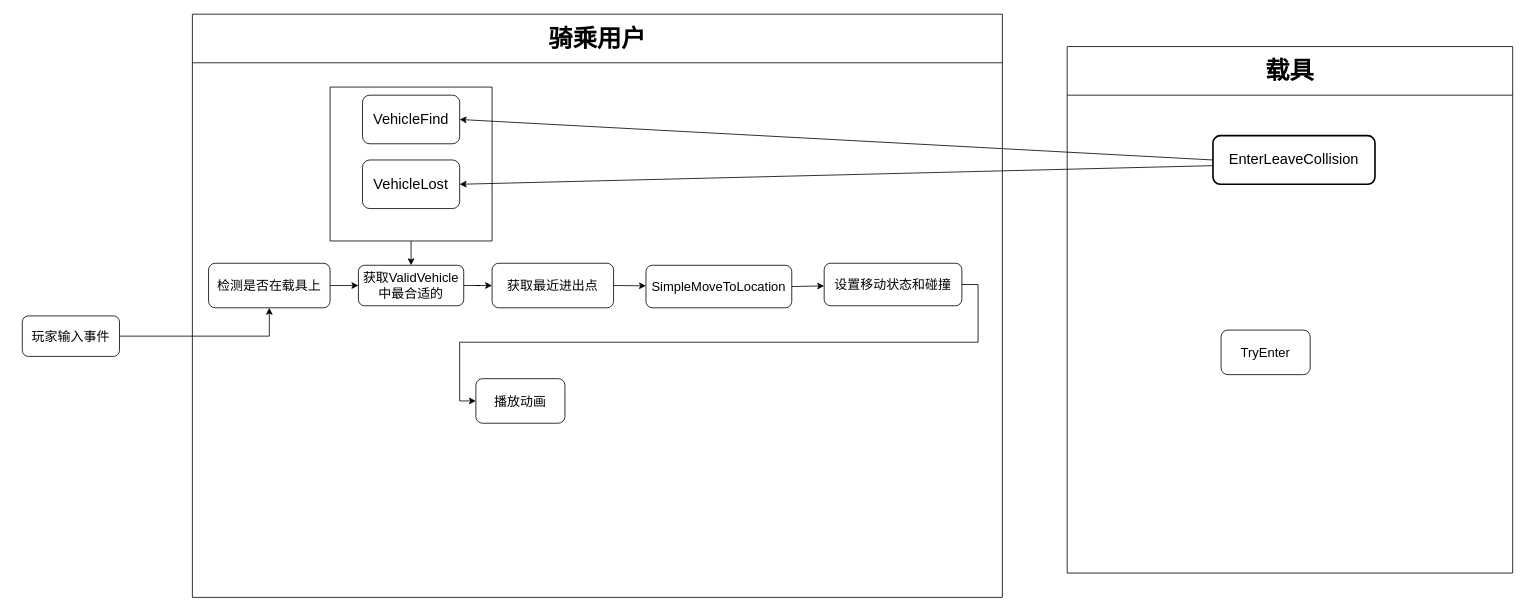
This is 载具.drawio from Allusteve/DrawioRepo, a draw.io file, before an edit. Source tidied: cells renumbered, new cells numbered last; positions are measured from the earlier drawing's top-left corner, leaving out a move shared by most shapes. Both pictures are drawn from the tidied source at 81%, with x=0, y=0 at pixel (22, 14).
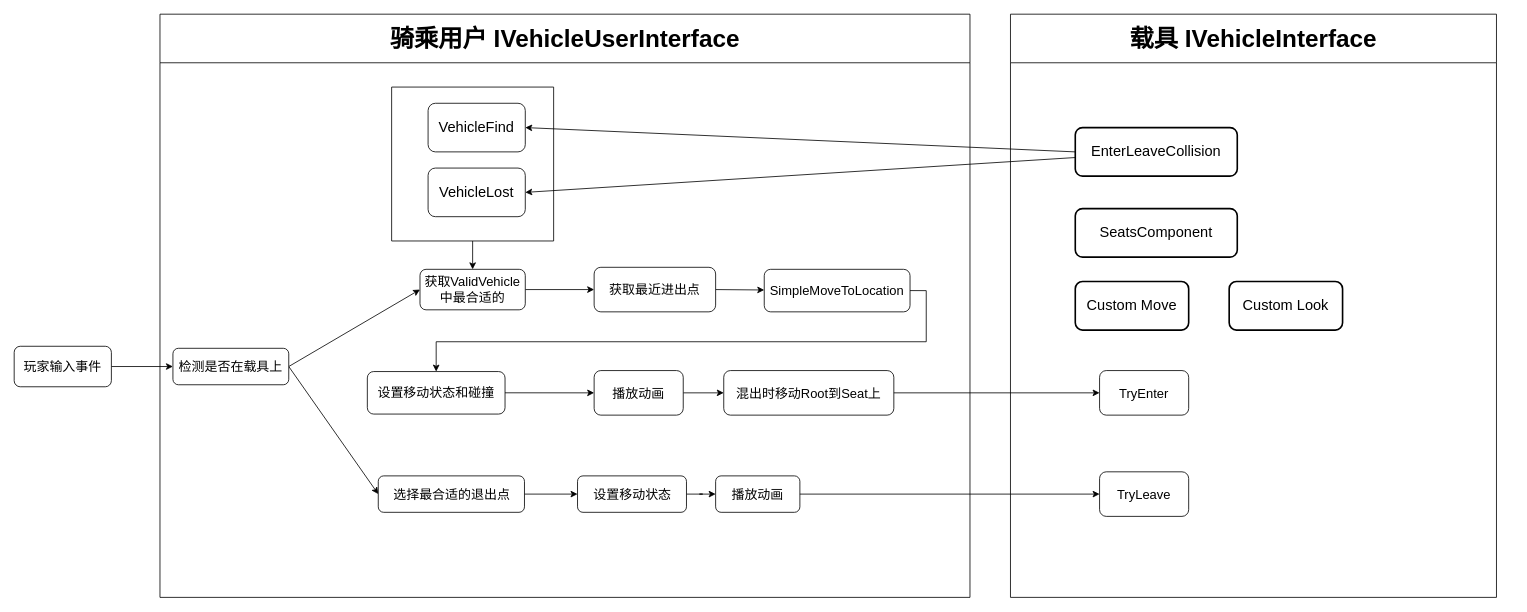
The same diagram, later.

The edit, as a diff of the source:
```diff
@@
     <mxCell id="3" value="&lt;font style=&quot;font-size: 16px;&quot;&gt;玩家输入事件&lt;/font&gt;" style="rounded=1;whiteSpace=wrap;html=1;" parent="1" vertex="1">
-      <mxGeometry y="372.5" width="120" height="50" as="geometry" />
+      <mxGeometry x="-10" y="410" width="120" height="50" as="geometry" />
     </mxCell>
-    <mxCell id="4" value="&lt;font style=&quot;font-size: 30px;&quot;&gt;载具&lt;/font&gt;" style="swimlane;whiteSpace=wrap;html=1;startSize=60;" parent="1" vertex="1">
-      <mxGeometry x="1290" y="40" width="550" height="650" as="geometry" />
+    <mxCell id="4" value="&lt;font style=&quot;font-size: 30px;&quot;&gt;载具&amp;nbsp;IVehicleInterface&lt;/font&gt;" style="swimlane;whiteSpace=wrap;html=1;startSize=60;" parent="1" vertex="1">
+      <mxGeometry x="1220" width="600" height="720" as="geometry" />
     </mxCell>
     <mxCell id="5" value="&lt;span style=&quot;font-size: 18px;&quot;&gt;EnterLeaveCollision&lt;/span&gt;" style="rounded=1;whiteSpace=wrap;html=1;strokeWidth=2;" parent="4" vertex="1">
-      <mxGeometry x="180" y="110" width="200" height="60" as="geometry" />
+      <mxGeometry x="80" y="140" width="200" height="60" as="geometry" />
     </mxCell>
     <mxCell id="6" value="&lt;span style=&quot;font-size: 16px;&quot;&gt;TryEnter&lt;/span&gt;" style="rounded=1;whiteSpace=wrap;html=1;" parent="4" vertex="1">
-      <mxGeometry x="190" y="350" width="110" height="55" as="geometry" />
+      <mxGeometry x="110" y="440" width="110" height="55" as="geometry" />
     </mxCell>
+    <mxCell id="25" value="&lt;span style=&quot;font-size: 16px;&quot;&gt;TryLeave&lt;/span&gt;" style="rounded=1;whiteSpace=wrap;html=1;" parent="4" vertex="1">
+      <mxGeometry x="110" y="565" width="110" height="55" as="geometry" />
+    </mxCell>
+    <mxCell id="26" value="&lt;span style=&quot;font-size: 18px;&quot;&gt;SeatsComponent&lt;/span&gt;" style="rounded=1;whiteSpace=wrap;html=1;strokeWidth=2;" parent="4" vertex="1">
+      <mxGeometry x="80" y="240" width="200" height="60" as="geometry" />
+    </mxCell>
+    <mxCell id="27" value="&lt;span style=&quot;font-size: 18px;&quot;&gt;Custom Move&lt;/span&gt;" style="rounded=1;whiteSpace=wrap;html=1;strokeWidth=2;" parent="4" vertex="1">
+      <mxGeometry x="80" y="330" width="140" height="60" as="geometry" />
+    </mxCell>
+    <mxCell id="28" value="&lt;span style=&quot;font-size: 18px;&quot;&gt;Custom Look&lt;/span&gt;" style="rounded=1;whiteSpace=wrap;html=1;strokeWidth=2;" parent="4" vertex="1">
+      <mxGeometry x="270" y="330" width="140" height="60" as="geometry" />
+    </mxCell>
-    <mxCell id="7" value="&lt;span style=&quot;font-size: 30px;&quot;&gt;骑乘用户&lt;/span&gt;" style="swimlane;whiteSpace=wrap;html=1;startSize=60;" parent="1" vertex="1">
-      <mxGeometry x="210" width="1000" height="720" as="geometry" />
+    <mxCell id="7" value="&lt;span style=&quot;font-size: 30px;&quot;&gt;骑乘用户&amp;nbsp;IVehicleUserInterface&lt;/span&gt;" style="swimlane;whiteSpace=wrap;html=1;startSize=60;" parent="1" vertex="1">
+      <mxGeometry x="170" width="1000" height="720" as="geometry" />
     </mxCell>
-    <mxCell id="8" value="&lt;span style=&quot;font-size: 18px;&quot;&gt;VehicleLost&lt;/span&gt;" style="rounded=1;whiteSpace=wrap;html=1;" parent="7" vertex="1">
-      <mxGeometry x="210" y="180" width="120" height="60" as="geometry" />
-    </mxCell>
-    <mxCell id="9" value="&lt;span style=&quot;font-size: 18px;&quot;&gt;VehicleFind&lt;/span&gt;" style="rounded=1;whiteSpace=wrap;html=1;" parent="7" vertex="1">
-      <mxGeometry x="210" y="100" width="120" height="60" as="geometry" />
-    </mxCell>
-    <mxCell id="10" style="edgeStyle=orthogonalEdgeStyle;rounded=0;jettySize=auto;html=1;exitX=1;exitY=0.5;exitDx=0;exitDy=0;entryX=0;entryY=0.5;entryDx=0;entryDy=0;" parent="7" edge="1" source="11" target="13">
+    <mxCell id="10" style="rounded=0;jettySize=auto;html=1;exitX=1;exitY=0.5;exitDx=0;exitDy=0;entryX=0;entryY=0.5;entryDx=0;entryDy=0;" parent="7" edge="1" source="11" target="13">
       <mxGeometry relative="1" as="geometry" />
     </mxCell>
+    <mxCell id="29" style="rounded=0;jettySize=auto;html=1;exitX=1;exitY=0.5;exitDx=0;exitDy=0;entryX=0;entryY=0.5;entryDx=0;entryDy=0;" parent="7" edge="1" source="11" target="33">
+      <mxGeometry relative="1" as="geometry" />
+    </mxCell>
     <mxCell id="11" value="&lt;font style=&quot;font-size: 16px;&quot;&gt;检测是否在载具上&lt;/font&gt;" style="rounded=1;whiteSpace=wrap;html=1;" parent="7" vertex="1">
-      <mxGeometry x="20" y="307.5" width="150" height="55" as="geometry" />
+      <mxGeometry x="16" y="412.5" width="143" height="45" as="geometry" />
     </mxCell>
@@
     <mxCell id="13" value="&lt;span style=&quot;font-size: 16px;&quot;&gt;获取ValidVehicle中最合适的&lt;/span&gt;" style="rounded=1;whiteSpace=wrap;html=1;" parent="7" vertex="1">
-      <mxGeometry x="205" y="310" width="130" height="50" as="geometry" />
+      <mxGeometry x="321" y="315" width="130" height="50" as="geometry" />
     </mxCell>
@@
     <mxCell id="15" style="swimlane;startSize=0;" parent="7" vertex="1">
-      <mxGeometry x="170" y="90" width="200" height="190" as="geometry" />
+      <mxGeometry x="286" y="90" width="200" height="190" as="geometry" />
     </mxCell>
+    <mxCell id="9" value="&lt;span style=&quot;font-size: 18px;&quot;&gt;VehicleFind&lt;/span&gt;" style="rounded=1;whiteSpace=wrap;html=1;" parent="15" vertex="1">
+      <mxGeometry x="45" y="20" width="120" height="60" as="geometry" />
+    </mxCell>
+    <mxCell id="8" value="&lt;span style=&quot;font-size: 18px;&quot;&gt;VehicleLost&lt;/span&gt;" style="rounded=1;whiteSpace=wrap;html=1;" parent="15" vertex="1">
+      <mxGeometry x="45" y="100" width="120" height="60" as="geometry" />
+    </mxCell>
@@
     <mxCell id="17" value="&lt;span style=&quot;font-size: 16px;&quot;&gt;获取最近进出点&lt;/span&gt;" style="rounded=1;whiteSpace=wrap;html=1;" parent="7" vertex="1">
-      <mxGeometry x="370" y="307.5" width="150" height="55" as="geometry" />
+      <mxGeometry x="536" y="312.5" width="150" height="55" as="geometry" />
     </mxCell>
     <mxCell id="18" value="&lt;span style=&quot;font-size: 16px;&quot;&gt;SimpleMoveToLocation&lt;/span&gt;" style="rounded=1;whiteSpace=wrap;html=1;" parent="7" vertex="1">
-      <mxGeometry x="560" y="310" width="180" height="52.5" as="geometry" />
+      <mxGeometry x="746" y="315" width="180" height="52.5" as="geometry" />
     </mxCell>
+    <mxCell id="30" style="edgeStyle=orthogonalEdgeStyle;rounded=0;jettySize=auto;html=1;exitX=1;exitY=0.5;exitDx=0;exitDy=0;" parent="7" edge="1" source="19" target="31">
+      <mxGeometry relative="1" as="geometry" />
+    </mxCell>
     <mxCell id="19" value="&lt;span style=&quot;font-size: 16px;&quot;&gt;播放动画&lt;/span&gt;" style="rounded=1;whiteSpace=wrap;html=1;" parent="7" vertex="1">
-      <mxGeometry x="350" y="450" width="110" height="55" as="geometry" />
+      <mxGeometry x="536" y="440" width="110" height="55" as="geometry" />
     </mxCell>
     <mxCell id="20" value="&lt;span style=&quot;font-size: 16px;&quot;&gt;设置移动状态和碰撞&lt;/span&gt;" style="rounded=1;whiteSpace=wrap;html=1;" parent="7" vertex="1">
-      <mxGeometry x="780" y="307.5" width="170" height="52.5" as="geometry" />
+      <mxGeometry x="256" y="441.2" width="170" height="52.5" as="geometry" />
     </mxCell>
-    <mxCell id="21" style="rounded=0;jettySize=auto;html=1;exitX=1;exitY=0.5;exitDx=0;exitDy=0;" parent="7" edge="1" source="18" target="20">
+    <mxCell id="21" style="rounded=0;jettySize=auto;html=1;exitX=1;exitY=0.5;exitDx=0;exitDy=0;edgeStyle=orthogonalEdgeStyle;" parent="7" edge="1" source="18" target="20">
       <mxGeometry relative="1" as="geometry" />
     </mxCell>
@@
+    <mxCell id="31" value="&lt;span style=&quot;font-size: 16px;&quot;&gt;混出时移动Root到Seat上&lt;/span&gt;" style="rounded=1;whiteSpace=wrap;html=1;" parent="7" vertex="1">
+      <mxGeometry x="696" y="440" width="210" height="55" as="geometry" />
+    </mxCell>
+    <mxCell id="32" style="edgeStyle=orthogonalEdgeStyle;rounded=0;jettySize=auto;html=1;exitX=1;exitY=0.5;exitDx=0;exitDy=0;entryX=0;entryY=0.5;entryDx=0;entryDy=0;" parent="7" edge="1" source="33" target="35">
+      <mxGeometry relative="1" as="geometry" />
+    </mxCell>
+    <mxCell id="33" value="&lt;span style=&quot;font-size: 16px;&quot;&gt;选择最合适的退出点&lt;/span&gt;" style="rounded=1;whiteSpace=wrap;html=1;" parent="7" vertex="1">
+      <mxGeometry x="269.5" y="570" width="180.5" height="45" as="geometry" />
+    </mxCell>
+    <mxCell id="34" style="edgeStyle=orthogonalEdgeStyle;rounded=0;jettySize=auto;html=1;exitX=1;exitY=0.5;exitDx=0;exitDy=0;" parent="7" edge="1" source="35" target="36">
+      <mxGeometry relative="1" as="geometry" />
+    </mxCell>
+    <mxCell id="35" value="&lt;span style=&quot;font-size: 16px;&quot;&gt;设置移动状态&lt;/span&gt;" style="rounded=1;whiteSpace=wrap;html=1;" parent="7" vertex="1">
+      <mxGeometry x="515.5" y="570" width="134.5" height="45" as="geometry" />
+    </mxCell>
+    <mxCell id="36" value="&lt;span style=&quot;font-size: 16px;&quot;&gt;播放动画&lt;/span&gt;" style="rounded=1;whiteSpace=wrap;html=1;" parent="7" vertex="1">
+      <mxGeometry x="686" y="570" width="104" height="45" as="geometry" />
+    </mxCell>
@@
+    <mxCell id="37" style="rounded=0;jettySize=auto;html=1;exitX=1;exitY=0.5;exitDx=0;exitDy=0;entryX=0;entryY=0.5;entryDx=0;entryDy=0;" parent="1" edge="1" source="31" target="6">
+      <mxGeometry relative="1" as="geometry" />
+    </mxCell>
+    <mxCell id="38" style="edgeStyle=orthogonalEdgeStyle;rounded=0;jettySize=auto;html=1;exitX=1;exitY=0.5;exitDx=0;exitDy=0;entryX=0;entryY=0.5;entryDx=0;entryDy=0;" parent="1" edge="1" source="36" target="25">
+      <mxGeometry relative="1" as="geometry" />
+    </mxCell>
```
